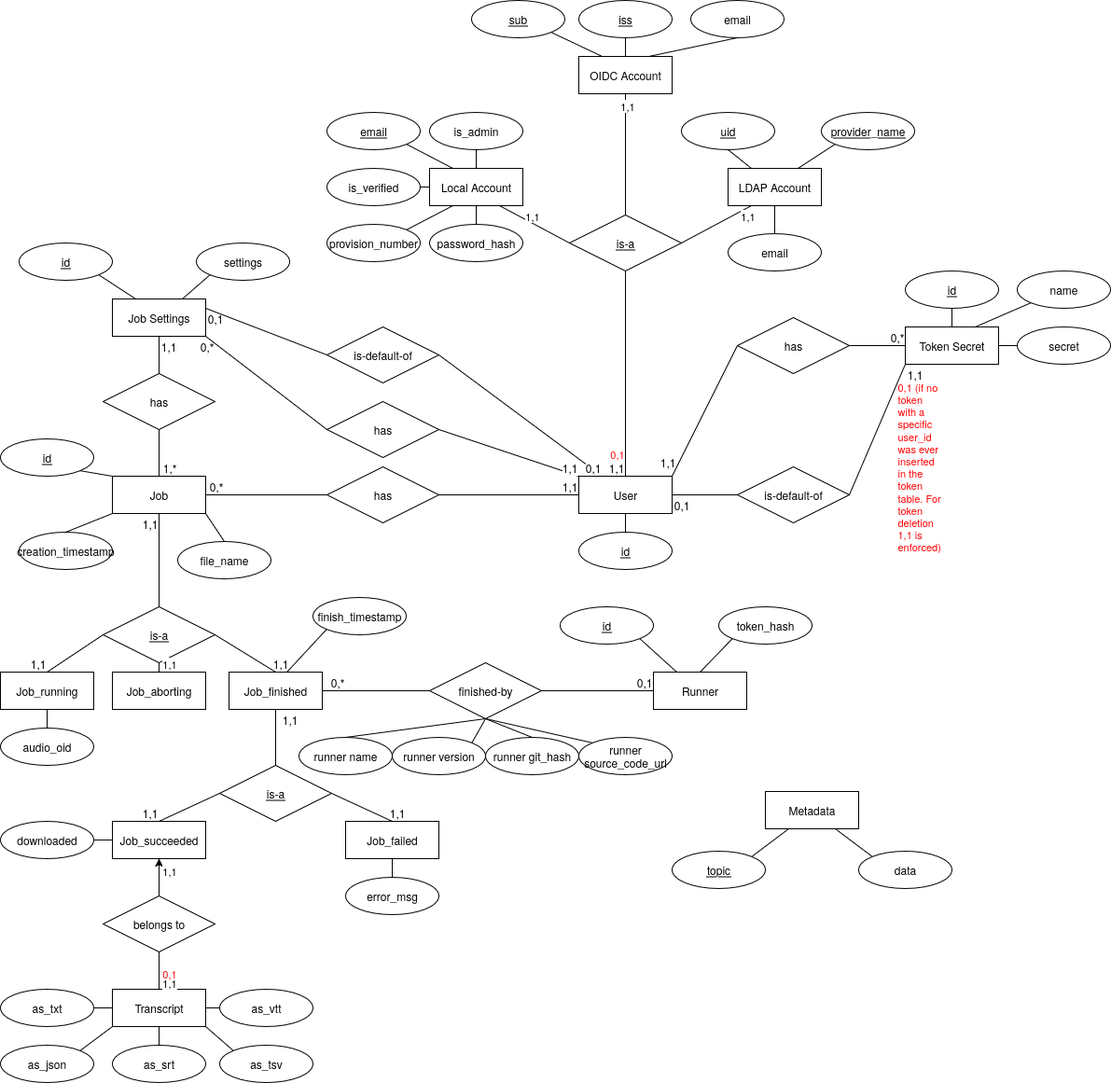
Before: doc/database_er_model.png, a diagram exported from draw.io (JulianFP/project-W). Source tidied: cells renumbered, new cells last; positions are measured from the earlier drawing's top-left corner, leaving out a move shared by most shapes.
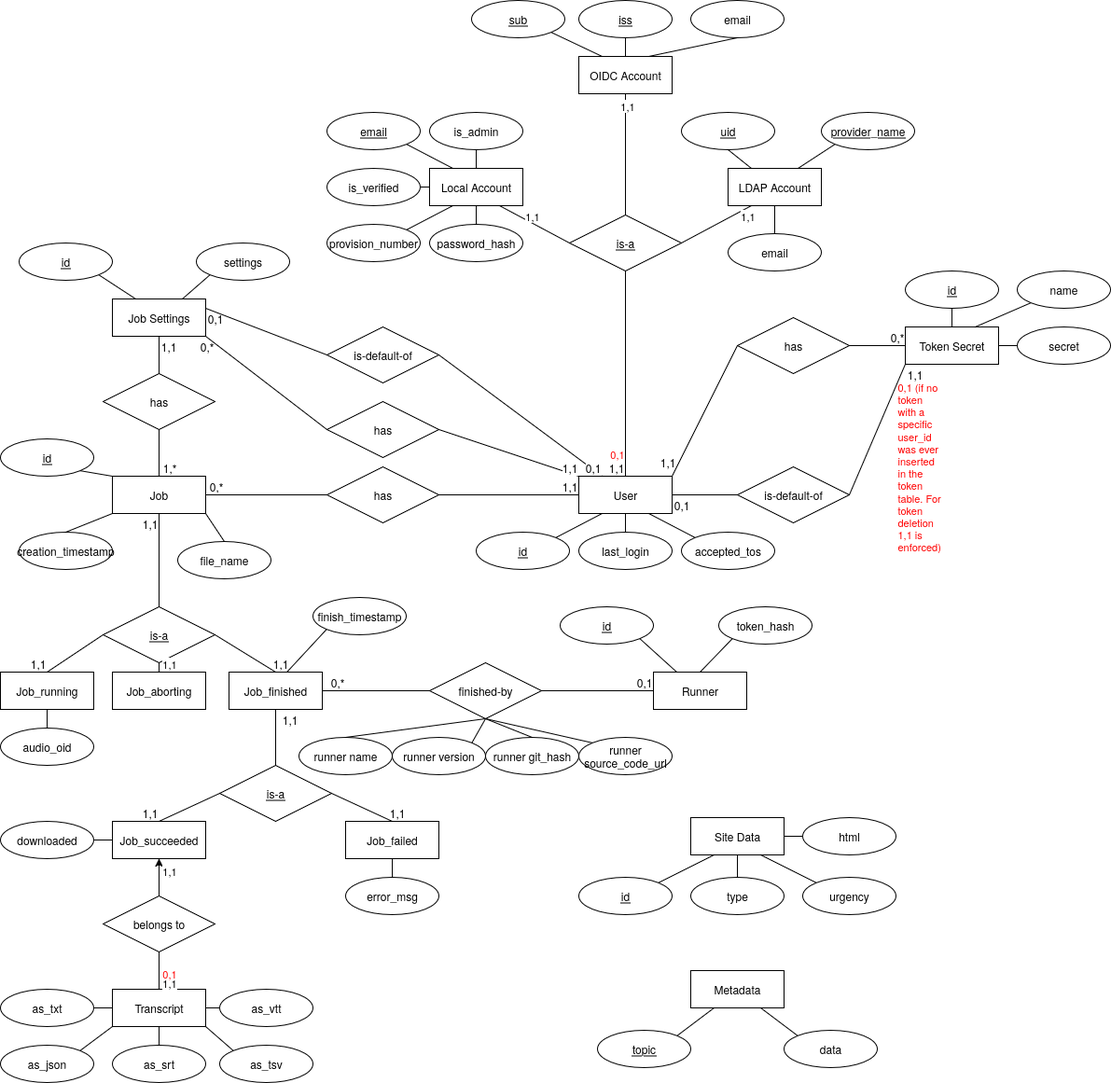
After the change.

Diff of the diagram source:
```diff
@@ -30,7 +30,7 @@
       <mxGeometry relative="1" as="geometry" />
     </mxCell>
     <mxCell id="11" value="id" style="ellipse;whiteSpace=wrap;html=1;align=center;fontStyle=4;" parent="1" vertex="1">
-      <mxGeometry x="620" y="570" width="100" height="40" as="geometry" />
+      <mxGeometry x="510" y="570" width="100" height="40" as="geometry" />
     </mxCell>
     <mxCell id="12" value="&lt;u&gt;email&lt;/u&gt;" style="ellipse;whiteSpace=wrap;html=1;align=center;" parent="1" vertex="1">
       <mxGeometry x="350" y="120" width="100" height="40" as="geometry" />
@@ -38,7 +38,7 @@
     <mxCell id="13" value="password_hash" style="ellipse;whiteSpace=wrap;html=1;align=center;" parent="1" vertex="1">
       <mxGeometry x="460" y="240" width="100" height="40" as="geometry" />
     </mxCell>
-    <mxCell id="14" style="endArrow=none;html=1;rounded=0;exitX=0.5;exitY=0;exitDx=0;exitDy=0;entryX=0.5;entryY=1;entryDx=0;entryDy=0;" parent="1" edge="1" source="11" target="3">
+    <mxCell id="14" style="endArrow=none;html=1;rounded=0;exitX=1;exitY=0;exitDx=0;exitDy=0;entryX=0.25;entryY=1;entryDx=0;entryDy=0;" parent="1" edge="1" source="11" target="3">
       <mxGeometry relative="1" as="geometry" />
     </mxCell>
     <mxCell id="15" value="is_verified" style="ellipse;whiteSpace=wrap;html=1;align=center;" parent="1" vertex="1">
@@ -201,16 +201,16 @@
       <mxGeometry x="120" y="320" width="100" height="40" as="geometry" />
     </mxCell>
     <mxCell id="64" value="Metadata" style="whiteSpace=wrap;html=1;align=center;" parent="1" vertex="1">
-      <mxGeometry x="820" y="848" width="100" height="40" as="geometry" />
+      <mxGeometry x="740" y="1040" width="100" height="40" as="geometry" />
     </mxCell>
     <mxCell id="65" value="&lt;u&gt;topic&lt;/u&gt;" style="ellipse;whiteSpace=wrap;html=1;align=center;" parent="1" vertex="1">
-      <mxGeometry x="720" y="912" width="100" height="40" as="geometry" />
+      <mxGeometry x="640" y="1104" width="100" height="40" as="geometry" />
     </mxCell>
     <mxCell id="66" style="endArrow=none;html=1;rounded=0;entryX=1;entryY=0;entryDx=0;entryDy=0;exitX=0.25;exitY=1;exitDx=0;exitDy=0;" parent="1" edge="1" source="64" target="65">
       <mxGeometry relative="1" as="geometry" />
     </mxCell>
     <mxCell id="67" value="data" style="ellipse;whiteSpace=wrap;html=1;align=center;" parent="1" vertex="1">
-      <mxGeometry x="920" y="912" width="100" height="40" as="geometry" />
+      <mxGeometry x="840" y="1104" width="100" height="40" as="geometry" />
     </mxCell>
     <mxCell id="68" style="endArrow=none;html=1;rounded=0;entryX=0;entryY=0;entryDx=0;entryDy=0;exitX=0.75;exitY=1;exitDx=0;exitDy=0;" parent="1" edge="1" source="64" target="67">
       <mxGeometry relative="1" as="geometry" />
@@ -520,5 +520,44 @@
         <mxPoint x="8" y="-7" as="offset" />
       </mxGeometry>
     </mxCell>
+    <mxCell id="160" value="last_login" style="ellipse;whiteSpace=wrap;html=1;align=center;" parent="1" vertex="1">
+      <mxGeometry x="620" y="570" width="100" height="40" as="geometry" />
+    </mxCell>
+    <mxCell id="161" style="endArrow=none;html=1;rounded=0;entryX=0.5;entryY=0;entryDx=0;entryDy=0;exitX=0.5;exitY=1;exitDx=0;exitDy=0;" parent="1" edge="1" source="3" target="160">
+      <mxGeometry relative="1" as="geometry" />
+    </mxCell>
+    <mxCell id="162" value="accepted_tos" style="ellipse;whiteSpace=wrap;html=1;align=center;" parent="1" vertex="1">
+      <mxGeometry x="730" y="570" width="100" height="40" as="geometry" />
+    </mxCell>
+    <mxCell id="163" style="endArrow=none;html=1;rounded=0;entryX=0;entryY=0;entryDx=0;entryDy=0;exitX=0.75;exitY=1;exitDx=0;exitDy=0;" parent="1" edge="1" source="3" target="162">
+      <mxGeometry relative="1" as="geometry" />
+    </mxCell>
+    <mxCell id="164" value="Site Data" style="whiteSpace=wrap;html=1;align=center;" parent="1" vertex="1">
+      <mxGeometry x="740" y="876" width="100" height="40" as="geometry" />
+    </mxCell>
+    <mxCell id="165" value="&lt;u&gt;id&lt;/u&gt;" style="ellipse;whiteSpace=wrap;html=1;align=center;" parent="1" vertex="1">
+      <mxGeometry x="620" y="940" width="100" height="40" as="geometry" />
+    </mxCell>
+    <mxCell id="166" style="endArrow=none;html=1;rounded=0;entryX=1;entryY=0;entryDx=0;entryDy=0;exitX=0.25;exitY=1;exitDx=0;exitDy=0;" parent="1" edge="1" source="164" target="165">
+      <mxGeometry relative="1" as="geometry" />
+    </mxCell>
+    <mxCell id="167" value="type" style="ellipse;whiteSpace=wrap;html=1;align=center;" parent="1" vertex="1">
+      <mxGeometry x="740" y="940" width="100" height="40" as="geometry" />
+    </mxCell>
+    <mxCell id="168" style="endArrow=none;html=1;rounded=0;entryX=0.5;entryY=0;entryDx=0;entryDy=0;exitX=0.5;exitY=1;exitDx=0;exitDy=0;" parent="1" edge="1" source="164" target="167">
+      <mxGeometry relative="1" as="geometry" />
+    </mxCell>
+    <mxCell id="169" value="urgency" style="ellipse;whiteSpace=wrap;html=1;align=center;" parent="1" vertex="1">
+      <mxGeometry x="860" y="940" width="100" height="40" as="geometry" />
+    </mxCell>
+    <mxCell id="170" value="html" style="ellipse;whiteSpace=wrap;html=1;align=center;" parent="1" vertex="1">
+      <mxGeometry x="860" y="876" width="100" height="40" as="geometry" />
+    </mxCell>
+    <mxCell id="171" style="endArrow=none;html=1;rounded=0;entryX=0;entryY=0;entryDx=0;entryDy=0;exitX=0.75;exitY=1;exitDx=0;exitDy=0;" parent="1" edge="1" source="164" target="169">
+      <mxGeometry relative="1" as="geometry" />
+    </mxCell>
+    <mxCell id="172" style="endArrow=none;html=1;rounded=0;entryX=0;entryY=0.5;entryDx=0;entryDy=0;exitX=1;exitY=0.5;exitDx=0;exitDy=0;" parent="1" edge="1" source="164" target="170">
+      <mxGeometry relative="1" as="geometry" />
+    </mxCell>
   </root>
 </mxGraphModel>
```
